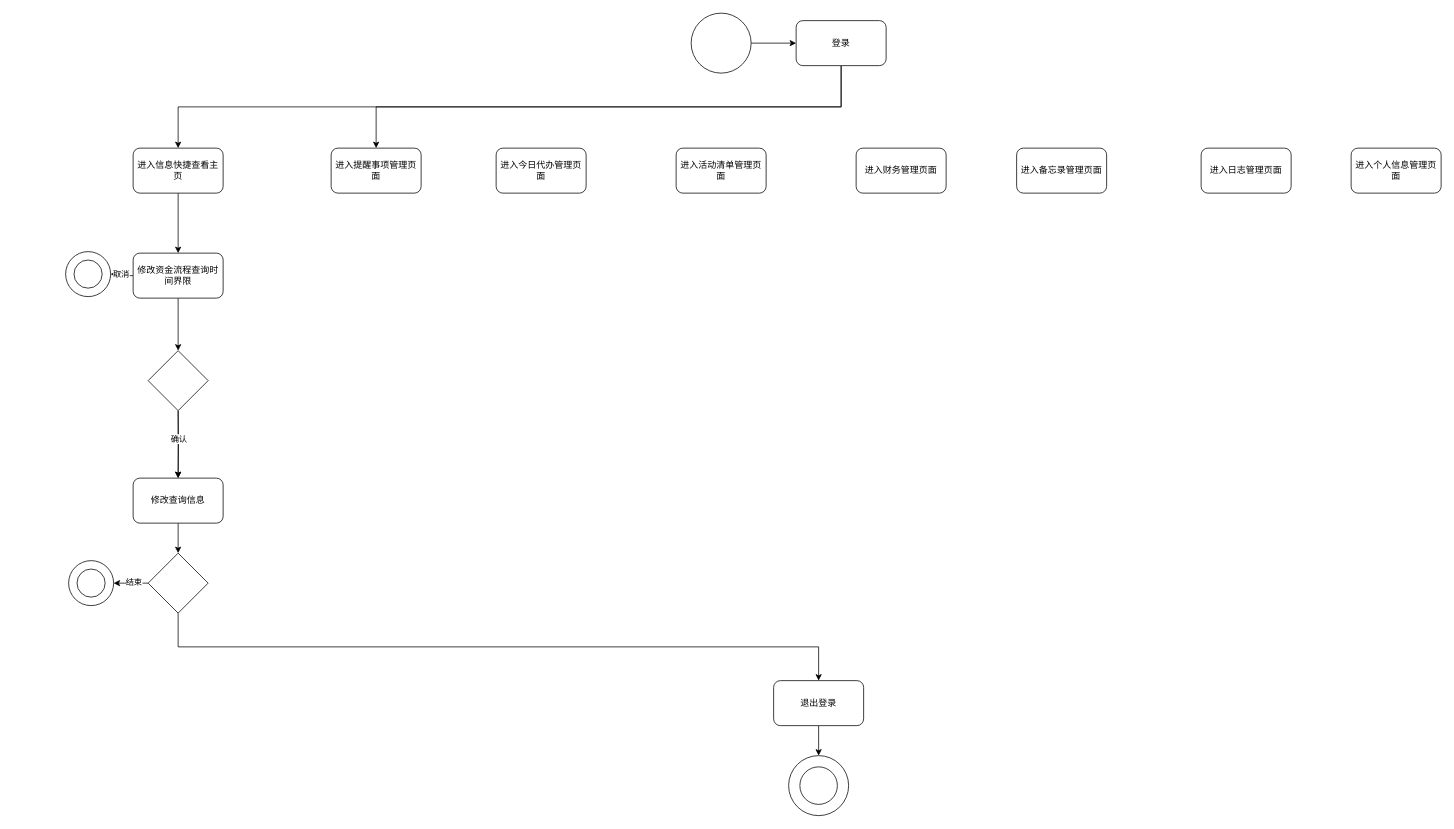
GitHubDeadTree/Campus-ToDo keeps this draw.io diagram as 工程流程图.drawio. Above is the earlier version. Source tidied: cells renumbered, new cells numbered last; positions are measured from the earlier drawing's top-left corner, leaving out a move shared by most shapes. Both pictures are drawn from the tidied source at 75%, with x=0, y=0 at pixel (65, 13).
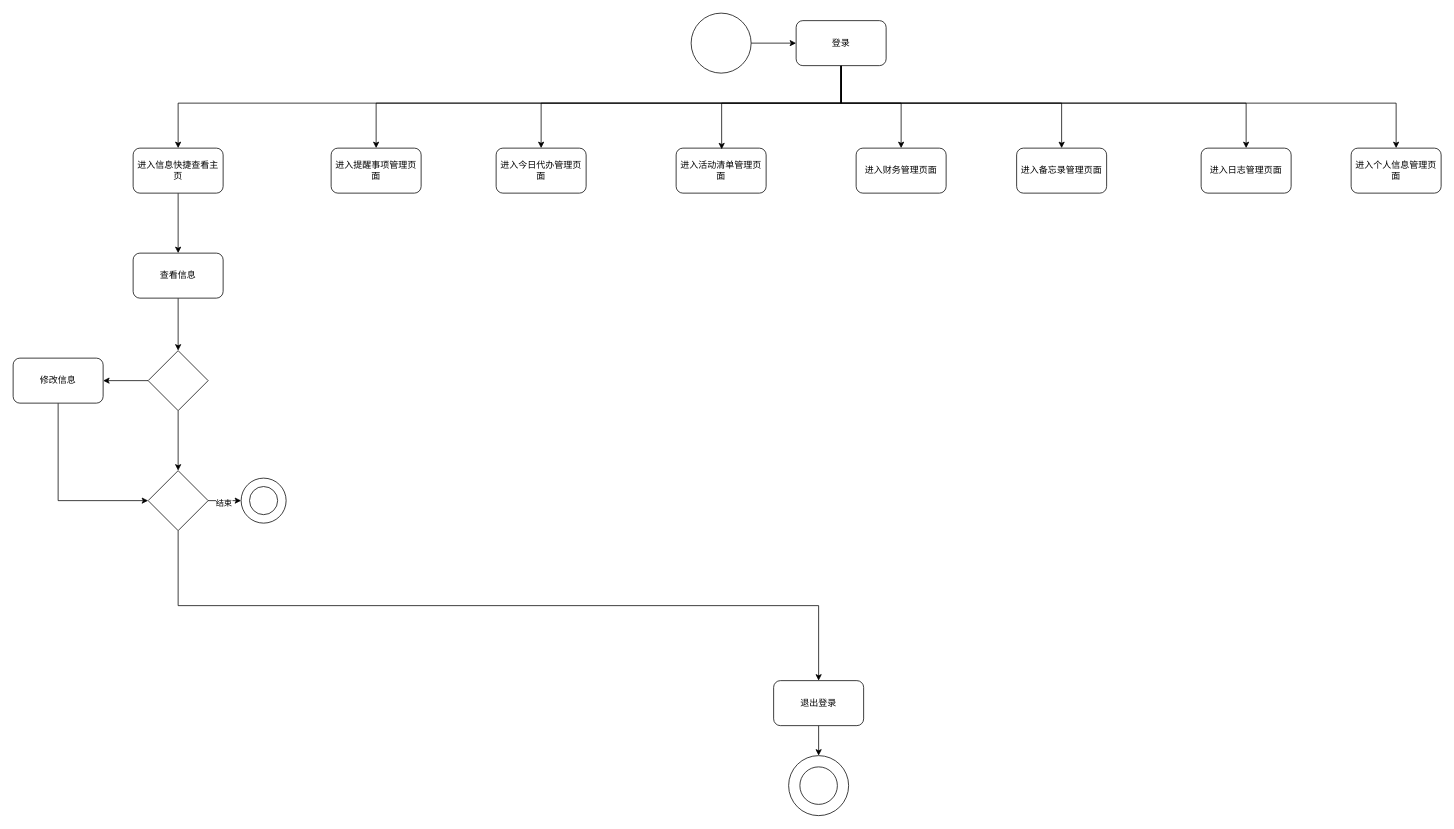
The same page after the edit.

Commit message (it also covers changes not shown here):
更新工程流程图.drawio

The change refers to these unchanged cells:
```xml
<mxCell id="7" value="登录" style="rounded=1;whiteSpace=wrap;html=1;" parent="1" vertex="1">
  <mxGeometry x="974" y="10" width="120" height="60" as="geometry" />
</mxCell>
<mxCell id="9" value="进入信息快捷查看主页" style="rounded=1;whiteSpace=wrap;html=1;" parent="1" vertex="1">
  <mxGeometry x="90" y="180" width="120" height="60" as="geometry" />
</mxCell>
<mxCell id="22" style="rhombus;whiteSpace=wrap;html=1;" parent="1" vertex="1">
  <mxGeometry x="110" y="450" width="80" height="80" as="geometry" />
</mxCell>
<mxCell id="23" value="进入提醒事项管理页面" style="rounded=1;whiteSpace=wrap;html=1;" parent="1" vertex="1">
  <mxGeometry x="354" y="180" width="120" height="60" as="geometry" />
</mxCell>
<mxCell id="24" value="进入今日代办管理页面" style="rounded=1;whiteSpace=wrap;html=1;" parent="1" vertex="1">
  <mxGeometry x="574" y="180" width="120" height="60" as="geometry" />
</mxCell>
<mxCell id="25" value="进入活动清单管理页面" style="rounded=1;whiteSpace=wrap;html=1;" parent="1" vertex="1">
  <mxGeometry x="814" y="180" width="120" height="60" as="geometry" />
</mxCell>
<mxCell id="26" value="进入财务管理页面" style="rounded=1;whiteSpace=wrap;html=1;" parent="1" vertex="1">
  <mxGeometry x="1054" y="180" width="120" height="60" as="geometry" />
</mxCell>
<mxCell id="27" value="进入备忘录管理页面" style="rounded=1;whiteSpace=wrap;html=1;" parent="1" vertex="1">
  <mxGeometry x="1268" y="180" width="120" height="60" as="geometry" />
</mxCell>
<mxCell id="28" value="进入日志管理页面" style="rounded=1;whiteSpace=wrap;html=1;" parent="1" vertex="1">
  <mxGeometry x="1514" y="180" width="120" height="60" as="geometry" />
</mxCell>
<mxCell id="29" value="进入个人信息管理页面" style="rounded=1;whiteSpace=wrap;html=1;" parent="1" vertex="1">
  <mxGeometry x="1714" y="180" width="120" height="60" as="geometry" />
</mxCell>
```

What changed in the source:
```diff
@@
     <mxCell id="5" style="edgeStyle=orthogonalEdgeStyle;rounded=0;jettySize=auto;html=1;exitX=0.5;exitY=1;exitDx=0;exitDy=0;" parent="1" edge="1" source="7" target="23">
-      <mxGeometry relative="1" as="geometry" />
+      <mxGeometry relative="1" as="geometry">
+        <Array as="points">
+          <mxPoint x="1034" y="120" />
+          <mxPoint x="414" y="120" />
+        </Array>
+      </mxGeometry>
     </mxCell>
     <mxCell id="6" style="edgeStyle=orthogonalEdgeStyle;rounded=0;jettySize=auto;html=1;exitX=0.5;exitY=1;exitDx=0;exitDy=0;" parent="1" edge="1" source="7" target="9">
-      <mxGeometry relative="1" as="geometry" />
+      <mxGeometry relative="1" as="geometry">
+        <Array as="points">
+          <mxPoint x="1034" y="120" />
+          <mxPoint x="150" y="120" />
+        </Array>
+      </mxGeometry>
     </mxCell>
+    <mxCell id="42" style="edgeStyle=orthogonalEdgeStyle;rounded=0;jettySize=auto;html=1;" parent="1" edge="1" source="7" target="24">
+      <mxGeometry relative="1" as="geometry">
+        <Array as="points">
+          <mxPoint x="1034" y="120" />
+          <mxPoint x="634" y="120" />
+        </Array>
+      </mxGeometry>
+    </mxCell>
+    <mxCell id="43" style="edgeStyle=orthogonalEdgeStyle;rounded=0;jettySize=auto;html=1;" parent="1" edge="1" source="7" target="26">
+      <mxGeometry relative="1" as="geometry">
+        <Array as="points">
+          <mxPoint x="1034" y="120" />
+          <mxPoint x="1114" y="120" />
+        </Array>
+      </mxGeometry>
+    </mxCell>
+    <mxCell id="44" style="edgeStyle=orthogonalEdgeStyle;rounded=0;jettySize=auto;html=1;" parent="1" edge="1" source="7" target="27">
+      <mxGeometry relative="1" as="geometry">
+        <Array as="points">
+          <mxPoint x="1034" y="120" />
+          <mxPoint x="1328" y="120" />
+        </Array>
+      </mxGeometry>
+    </mxCell>
+    <mxCell id="45" style="edgeStyle=orthogonalEdgeStyle;rounded=0;jettySize=auto;html=1;" parent="1" edge="1" source="7" target="28">
+      <mxGeometry relative="1" as="geometry">
+        <Array as="points">
+          <mxPoint x="1034" y="120" />
+          <mxPoint x="1574" y="120" />
+        </Array>
+      </mxGeometry>
+    </mxCell>
+    <mxCell id="46" style="edgeStyle=orthogonalEdgeStyle;rounded=0;jettySize=auto;html=1;" parent="1" edge="1" source="7" target="29">
+      <mxGeometry relative="1" as="geometry">
+        <Array as="points">
+          <mxPoint x="1034" y="120" />
+          <mxPoint x="1774" y="120" />
+        </Array>
+      </mxGeometry>
+    </mxCell>
@@
-    <mxCell id="10" style="edgeStyle=orthogonalEdgeStyle;rounded=0;jettySize=auto;html=1;" parent="1" edge="1" source="13" target="15">
-      <mxGeometry relative="1" as="geometry" />
-    </mxCell>
-    <mxCell id="11" value="取消" style="edgeLabel;html=1;align=center;verticalAlign=middle;" parent="10" vertex="1">
-      <mxGeometry x="0.09" y="-3" relative="1" as="geometry" />
-    </mxCell>
@@
-    <mxCell id="13" value="修改资金流程查询时间界限" style="whiteSpace=wrap;html=1;rounded=1;" parent="1" vertex="1">
+    <mxCell id="13" value="查看信息" style="whiteSpace=wrap;html=1;rounded=1;" parent="1" vertex="1">
       <mxGeometry x="90" y="320" width="120" height="60" as="geometry" />
     </mxCell>
-    <mxCell id="14" style="group;" parent="1" vertex="1">
-      <mxGeometry y="318" width="60" height="60" as="geometry" />
-    </mxCell>
-    <mxCell id="15" style="ellipse;whiteSpace=wrap;html=1;rounded=1;" parent="14" vertex="1">
-      <mxGeometry width="60" height="60" as="geometry" />
-    </mxCell>
-    <mxCell id="16" style="ellipse;whiteSpace=wrap;html=1;rounded=1;" parent="14" vertex="1">
-      <mxGeometry x="11.2" y="11.2" width="37.5" height="37.5" as="geometry" />
-    </mxCell>
-    <mxCell id="17" style="edgeStyle=orthogonalEdgeStyle;rounded=0;jettySize=auto;html=1;" parent="1" edge="1" target="19">
-      <mxGeometry relative="1" as="geometry">
-        <mxPoint x="150" y="530" as="sourcePoint" />
-      </mxGeometry>
-    </mxCell>
-    <mxCell id="18" style="edgeStyle=orthogonalEdgeStyle;rounded=0;jettySize=auto;html=1;entryX=0.5;entryY=0;entryDx=0;entryDy=0;" parent="1" edge="1" source="19" target="38">
-      <mxGeometry relative="1" as="geometry" />
-    </mxCell>
-    <mxCell id="19" value="修改查询信息" style="whiteSpace=wrap;html=1;rounded=1;" parent="1" vertex="1">
-      <mxGeometry x="90" y="620" width="120" height="60" as="geometry" />
-    </mxCell>
-    <mxCell id="20" style="edgeStyle=orthogonalEdgeStyle;rounded=0;jettySize=auto;html=1;exitX=0.5;exitY=1;exitDx=0;exitDy=0;" parent="1" edge="1" source="22" target="19">
-      <mxGeometry relative="1" as="geometry" />
-    </mxCell>
-    <mxCell id="21" value="确认" style="edgeLabel;html=1;align=center;verticalAlign=middle;" parent="20" vertex="1">
-      <mxGeometry x="-0.18" relative="1" as="geometry" />
-    </mxCell>
+    <mxCell id="47" style="edgeStyle=orthogonalEdgeStyle;rounded=0;jettySize=auto;html=1;" parent="1" edge="1" source="22" target="50">
+      <mxGeometry relative="1" as="geometry" />
+    </mxCell>
+    <mxCell id="48" style="edgeStyle=orthogonalEdgeStyle;rounded=0;jettySize=auto;html=1;" parent="1" edge="1" source="22" target="38">
+      <mxGeometry relative="1" as="geometry" />
+    </mxCell>
@@
+    <mxCell id="49" style="edgeStyle=orthogonalEdgeStyle;rounded=0;jettySize=auto;html=1;startArrow=classic;startFill=1;endArrow=none;endFill=0;" parent="1" edge="1" source="38" target="50">
+      <mxGeometry relative="1" as="geometry" />
+    </mxCell>
     <mxCell id="38" style="rhombus;whiteSpace=wrap;html=1;" parent="1" vertex="1">
-      <mxGeometry x="110" y="720" width="80" height="80" as="geometry" />
+      <mxGeometry x="110" y="610" width="80" height="80" as="geometry" />
     </mxCell>
     <mxCell id="39" style="group;" parent="1" vertex="1">
-      <mxGeometry x="4" y="730" width="60" height="60" as="geometry" />
+      <mxGeometry x="234" y="620" width="60" height="60" as="geometry" />
     </mxCell>
@@
+    <mxCell id="50" value="修改信息" style="rounded=1;whiteSpace=wrap;html=1;" parent="1" vertex="1">
+      <mxGeometry x="-70" y="460" width="120" height="60" as="geometry" />
+    </mxCell>
+    <mxCell id="51" style="edgeStyle=orthogonalEdgeStyle;rounded=0;jettySize=auto;html=1;entryX=0.506;entryY=0.026;entryDx=0;entryDy=0;entryPerimeter=0;" parent="1" edge="1" source="7" target="25">
+      <mxGeometry relative="1" as="geometry">
+        <Array as="points">
+          <mxPoint x="1034" y="120" />
+          <mxPoint x="875" y="120" />
+        </Array>
+      </mxGeometry>
+    </mxCell>
```
